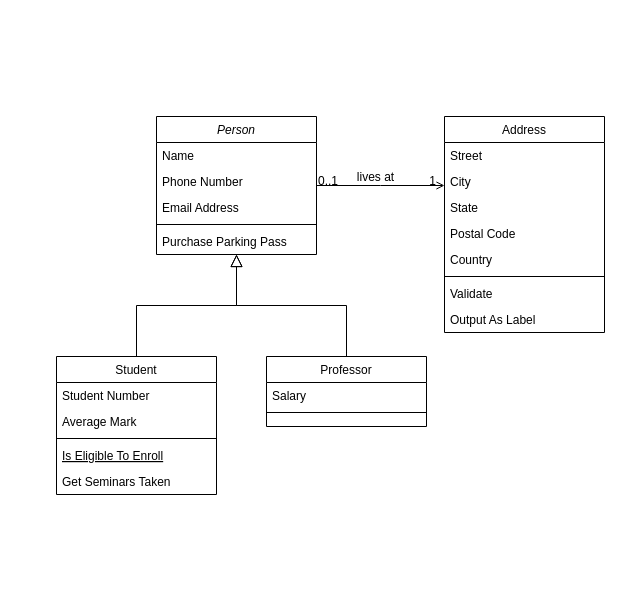
Earlier version of the draw.io diagram Untitled Diagram.drawio (wea9677/Hanghae-mini). Source tidied: cells renumbered, new cells numbered last; positions are measured from the earlier drawing's top-left corner, leaving out a move shared by most shapes. Both pictures are drawn from the tidied source at 100%, with x=0, y=0 at pixel (56, 116).
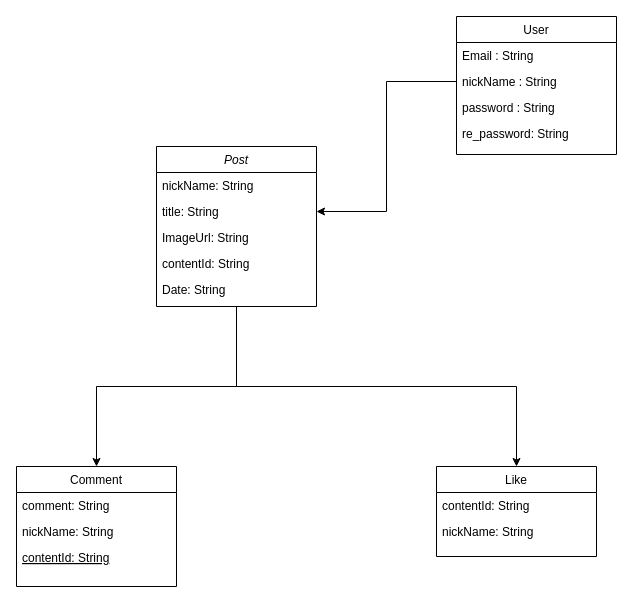
Above is the later version.

Change to the diagram source:
```diff
@@
+    <mxCell id="32" style="edgeStyle=orthogonalEdgeStyle;rounded=0;jettySize=auto;html=1;exitX=0.5;exitY=1;exitDx=0;exitDy=0;entryX=0.5;entryY=0;entryDx=0;entryDy=0;" parent="1" edge="1" source="2" target="15">
+      <mxGeometry relative="1" as="geometry" />
+    </mxCell>
+    <mxCell id="33" style="edgeStyle=orthogonalEdgeStyle;rounded=0;jettySize=auto;html=1;exitX=0.5;exitY=1;exitDx=0;exitDy=0;entryX=0.5;entryY=0;entryDx=0;entryDy=0;" parent="1" edge="1" source="2" target="8">
+      <mxGeometry relative="1" as="geometry" />
+    </mxCell>
-    <mxCell id="2" value="Person" style="swimlane;fontStyle=2;align=center;verticalAlign=top;horizontal=1;startSize=26;rounded=0;shadow=0;strokeWidth=1;" parent="1" vertex="1">
-      <mxGeometry x="100" width="160" height="138" as="geometry" />
+    <mxCell id="2" value="Post" style="swimlane;fontStyle=2;align=center;verticalAlign=top;horizontal=1;startSize=26;rounded=0;shadow=0;strokeWidth=1;" parent="1" vertex="1">
+      <mxGeometry x="100" y="30" width="160" height="160" as="geometry" />
     </mxCell>
-    <mxCell id="3" value="Name" style="text;align=left;verticalAlign=top;spacingLeft=4;spacingRight=4;overflow=hidden;" parent="2" vertex="1">
+    <mxCell id="3" value="nickName: String" style="text;align=left;verticalAlign=top;spacingLeft=4;spacingRight=4;overflow=hidden;" parent="2" vertex="1">
       <mxGeometry y="26" width="160" height="26" as="geometry" />
     </mxCell>
-    <mxCell id="4" value="Phone Number" style="text;align=left;verticalAlign=top;spacingLeft=4;spacingRight=4;overflow=hidden;points=[[0,0.5],[1,0.5]];portConstraint=eastwest;rounded=0;shadow=0;html=0;" parent="2" vertex="1">
+    <mxCell id="4" value="title: String" style="text;align=left;verticalAlign=top;spacingLeft=4;spacingRight=4;overflow=hidden;points=[[0,0.5],[1,0.5]];portConstraint=eastwest;rounded=0;shadow=0;html=0;" parent="2" vertex="1">
       <mxGeometry y="52" width="160" height="26" as="geometry" />
     </mxCell>
-    <mxCell id="5" value="Email Address" style="text;align=left;verticalAlign=top;spacingLeft=4;spacingRight=4;overflow=hidden;rounded=0;shadow=0;html=0;" parent="2" vertex="1">
+    <mxCell id="5" value="ImageUrl: String" style="text;align=left;verticalAlign=top;spacingLeft=4;spacingRight=4;overflow=hidden;rounded=0;shadow=0;html=0;" parent="2" vertex="1">
       <mxGeometry y="78" width="160" height="26" as="geometry" />
     </mxCell>
-    <mxCell id="6" style="line;html=1;strokeWidth=1;align=left;verticalAlign=middle;spacingTop=-1;spacingLeft=3;spacingRight=3;labelPosition=right;" parent="2" vertex="1">
-      <mxGeometry y="104" width="160" height="8" as="geometry" />
-    </mxCell>
-    <mxCell id="7" value="Purchase Parking Pass" style="text;align=left;verticalAlign=top;spacingLeft=4;spacingRight=4;overflow=hidden;" parent="2" vertex="1">
-      <mxGeometry y="112" width="160" height="26" as="geometry" />
+    <mxCell id="7" value="contentId: String" style="text;align=left;verticalAlign=top;spacingLeft=4;spacingRight=4;overflow=hidden;" parent="2" vertex="1">
+      <mxGeometry y="104" width="160" height="26" as="geometry" />
     </mxCell>
+    <mxCell id="34" value="Date: String" style="text;align=left;verticalAlign=top;spacingLeft=4;spacingRight=4;overflow=hidden;" parent="2" vertex="1">
+      <mxGeometry y="130" width="160" height="26" as="geometry" />
+    </mxCell>
-    <mxCell id="8" value="Student" style="swimlane;fontStyle=0;align=center;verticalAlign=top;horizontal=1;startSize=26;rounded=0;shadow=0;strokeWidth=1;" parent="1" vertex="1">
-      <mxGeometry y="240" width="160" height="138" as="geometry" />
+    <mxCell id="8" value="Comment" style="swimlane;fontStyle=0;align=center;verticalAlign=top;horizontal=1;startSize=26;rounded=0;shadow=0;strokeWidth=1;" parent="1" vertex="1">
+      <mxGeometry x="-40" y="350" width="160" height="120" as="geometry" />
     </mxCell>
-    <mxCell id="9" value="Student Number" style="text;align=left;verticalAlign=top;spacingLeft=4;spacingRight=4;overflow=hidden;" parent="8" vertex="1">
+    <mxCell id="9" value="comment: String" style="text;align=left;verticalAlign=top;spacingLeft=4;spacingRight=4;overflow=hidden;" parent="8" vertex="1">
       <mxGeometry y="26" width="160" height="26" as="geometry" />
     </mxCell>
-    <mxCell id="10" value="Average Mark" style="text;align=left;verticalAlign=top;spacingLeft=4;spacingRight=4;overflow=hidden;rounded=0;shadow=0;html=0;" parent="8" vertex="1">
+    <mxCell id="10" value="nickName: String" style="text;align=left;verticalAlign=top;spacingLeft=4;spacingRight=4;overflow=hidden;rounded=0;shadow=0;html=0;" parent="8" vertex="1">
       <mxGeometry y="52" width="160" height="26" as="geometry" />
     </mxCell>
-    <mxCell id="11" style="line;html=1;strokeWidth=1;align=left;verticalAlign=middle;spacingTop=-1;spacingLeft=3;spacingRight=3;labelPosition=right;" parent="8" vertex="1">
-      <mxGeometry y="78" width="160" height="8" as="geometry" />
-    </mxCell>
-    <mxCell id="12" value="Is Eligible To Enroll" style="text;align=left;verticalAlign=top;spacingLeft=4;spacingRight=4;overflow=hidden;fontStyle=4;" parent="8" vertex="1">
-      <mxGeometry y="86" width="160" height="26" as="geometry" />
+    <mxCell id="12" value="contentId: String" style="text;align=left;verticalAlign=top;spacingLeft=4;spacingRight=4;overflow=hidden;fontStyle=4;" parent="8" vertex="1">
+      <mxGeometry y="78" width="160" height="26" as="geometry" />
     </mxCell>
-    <mxCell id="13" value="Get Seminars Taken" style="text;align=left;verticalAlign=top;spacingLeft=4;spacingRight=4;overflow=hidden;" parent="8" vertex="1">
-      <mxGeometry y="112" width="160" height="26" as="geometry" />
-    </mxCell>
-    <mxCell id="14" style="endArrow=block;endSize=10;endFill=0;shadow=0;strokeWidth=1;rounded=0;edgeStyle=elbowEdgeStyle;elbow=vertical;" parent="1" edge="1" source="8" target="2">
-      <mxGeometry relative="1" as="geometry" />
-    </mxCell>
-    <mxCell id="15" value="Professor" style="swimlane;fontStyle=0;align=center;verticalAlign=top;horizontal=1;startSize=26;rounded=0;shadow=0;strokeWidth=1;" parent="1" vertex="1">
-      <mxGeometry x="210" y="240" width="160" height="70" as="geometry" />
+    <mxCell id="15" value="Like" style="swimlane;fontStyle=0;align=center;verticalAlign=top;horizontal=1;startSize=26;rounded=0;shadow=0;strokeWidth=1;" parent="1" vertex="1">
+      <mxGeometry x="380" y="350" width="160" height="90" as="geometry" />
     </mxCell>
-    <mxCell id="16" value="Salary" style="text;align=left;verticalAlign=top;spacingLeft=4;spacingRight=4;overflow=hidden;" parent="15" vertex="1">
+    <mxCell id="16" value="contentId: String" style="text;align=left;verticalAlign=top;spacingLeft=4;spacingRight=4;overflow=hidden;" parent="15" vertex="1">
       <mxGeometry y="26" width="160" height="26" as="geometry" />
     </mxCell>
-    <mxCell id="17" style="line;html=1;strokeWidth=1;align=left;verticalAlign=middle;spacingTop=-1;spacingLeft=3;spacingRight=3;labelPosition=right;" parent="15" vertex="1">
-      <mxGeometry y="52" width="160" height="8" as="geometry" />
-    </mxCell>
-    <mxCell id="18" style="endArrow=block;endSize=10;endFill=0;shadow=0;strokeWidth=1;rounded=0;edgeStyle=elbowEdgeStyle;elbow=vertical;" parent="1" edge="1" source="15" target="2">
-      <mxGeometry relative="1" as="geometry" />
-    </mxCell>
+    <mxCell id="35" value="nickName: String" style="text;align=left;verticalAlign=top;spacingLeft=4;spacingRight=4;overflow=hidden;rounded=0;shadow=0;html=0;" parent="15" vertex="1">
+      <mxGeometry y="52" width="160" height="26" as="geometry" />
+    </mxCell>
-    <mxCell id="19" value="Address" style="swimlane;fontStyle=0;align=center;verticalAlign=top;horizontal=1;startSize=26;rounded=0;shadow=0;strokeWidth=1;" parent="1" vertex="1">
-      <mxGeometry x="388" width="160" height="216" as="geometry" />
+    <mxCell id="19" value="User" style="swimlane;fontStyle=0;align=center;verticalAlign=top;horizontal=1;startSize=26;rounded=0;shadow=0;strokeWidth=1;" parent="1" vertex="1">
+      <mxGeometry x="400" y="-100" width="160" height="138" as="geometry" />
     </mxCell>
-    <mxCell id="20" value="Street" style="text;align=left;verticalAlign=top;spacingLeft=4;spacingRight=4;overflow=hidden;" parent="19" vertex="1">
+    <mxCell id="20" value="Email : String" style="text;align=left;verticalAlign=top;spacingLeft=4;spacingRight=4;overflow=hidden;" parent="19" vertex="1">
       <mxGeometry y="26" width="160" height="26" as="geometry" />
     </mxCell>
-    <mxCell id="21" value="City" style="text;align=left;verticalAlign=top;spacingLeft=4;spacingRight=4;overflow=hidden;points=[[0,0.5],[1,0.5]];portConstraint=eastwest;rounded=0;shadow=0;html=0;" parent="19" vertex="1">
+    <mxCell id="21" value="nickName : String" style="text;align=left;verticalAlign=top;spacingLeft=4;spacingRight=4;overflow=hidden;points=[[0,0.5],[1,0.5]];portConstraint=eastwest;rounded=0;shadow=0;html=0;" parent="19" vertex="1">
       <mxGeometry y="52" width="160" height="26" as="geometry" />
     </mxCell>
-    <mxCell id="22" value="State" style="text;align=left;verticalAlign=top;spacingLeft=4;spacingRight=4;overflow=hidden;rounded=0;shadow=0;html=0;" parent="19" vertex="1">
+    <mxCell id="22" value="password : String" style="text;align=left;verticalAlign=top;spacingLeft=4;spacingRight=4;overflow=hidden;rounded=0;shadow=0;html=0;" parent="19" vertex="1">
       <mxGeometry y="78" width="160" height="26" as="geometry" />
     </mxCell>
-    <mxCell id="23" value="Postal Code" style="text;align=left;verticalAlign=top;spacingLeft=4;spacingRight=4;overflow=hidden;rounded=0;shadow=0;html=0;" parent="19" vertex="1">
+    <mxCell id="23" value="re_password: String" style="text;align=left;verticalAlign=top;spacingLeft=4;spacingRight=4;overflow=hidden;rounded=0;shadow=0;html=0;" parent="19" vertex="1">
       <mxGeometry y="104" width="160" height="26" as="geometry" />
     </mxCell>
-    <mxCell id="24" value="Country" style="text;align=left;verticalAlign=top;spacingLeft=4;spacingRight=4;overflow=hidden;rounded=0;shadow=0;html=0;" parent="19" vertex="1">
-      <mxGeometry y="130" width="160" height="26" as="geometry" />
-    </mxCell>
-    <mxCell id="25" style="line;html=1;strokeWidth=1;align=left;verticalAlign=middle;spacingTop=-1;spacingLeft=3;spacingRight=3;labelPosition=right;" parent="19" vertex="1">
-      <mxGeometry y="156" width="160" height="8" as="geometry" />
-    </mxCell>
-    <mxCell id="26" value="Validate" style="text;align=left;verticalAlign=top;spacingLeft=4;spacingRight=4;overflow=hidden;" parent="19" vertex="1">
-      <mxGeometry y="164" width="160" height="26" as="geometry" />
-    </mxCell>
-    <mxCell id="27" value="Output As Label" style="text;align=left;verticalAlign=top;spacingLeft=4;spacingRight=4;overflow=hidden;" parent="19" vertex="1">
-      <mxGeometry y="190" width="160" height="26" as="geometry" />
-    </mxCell>
-    <mxCell id="28" style="endArrow=open;shadow=0;strokeWidth=1;rounded=0;endFill=1;edgeStyle=elbowEdgeStyle;elbow=vertical;" parent="1" edge="1" source="2" target="19">
-      <mxGeometry x="0.5" y="41" relative="1" as="geometry">
-        <mxPoint x="-40" y="32" as="offset" />
-      </mxGeometry>
-    </mxCell>
-    <mxCell id="29" value="0..1" style="align=left;verticalAlign=bottom;labelBackgroundColor=none;fontSize=12;" parent="28" vertex="1">
-      <mxGeometry x="-1" relative="1" as="geometry">
-        <mxPoint y="4" as="offset" />
-      </mxGeometry>
-    </mxCell>
-    <mxCell id="30" value="1" style="align=right;verticalAlign=bottom;labelBackgroundColor=none;fontSize=12;" parent="28" vertex="1">
-      <mxGeometry x="1" relative="1" as="geometry">
-        <mxPoint x="-7" y="4" as="offset" />
-      </mxGeometry>
-    </mxCell>
-    <mxCell id="31" value="lives at" style="text;html=1;align=center;verticalAlign=middle;labelBackgroundColor=none;rounded=0;shadow=0;strokeWidth=1;fontSize=12;" parent="28" vertex="1">
-      <mxGeometry x="0.5" y="49" relative="1" as="geometry">
-        <mxPoint x="-38" y="40" as="offset" />
-      </mxGeometry>
-    </mxCell>
+    <mxCell id="36" style="edgeStyle=orthogonalEdgeStyle;rounded=0;jettySize=auto;html=1;exitX=0;exitY=0.5;exitDx=0;exitDy=0;entryX=1;entryY=0.5;entryDx=0;entryDy=0;" parent="1" edge="1" source="21" target="4">
+      <mxGeometry relative="1" as="geometry" />
+    </mxCell>
```
